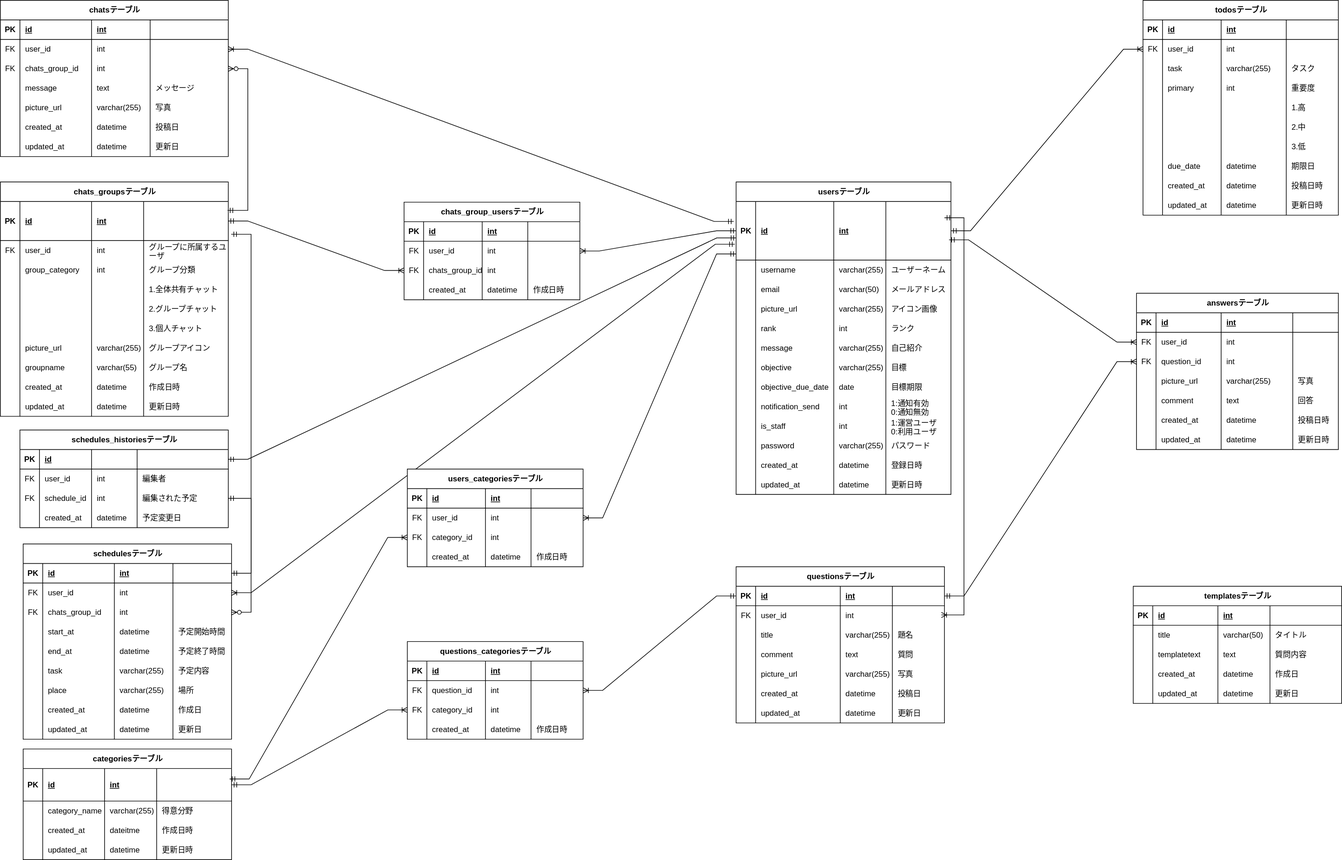
Above: start_challenge/static/generals/portfolio/ER図.drawio.svg in Yoshidak-ta/start_challenge (draw.io), before the change. Source tidied: cells renumbered, new cells last; positions are measured from the earlier drawing's top-left corner, leaving out a move shared by most shapes.
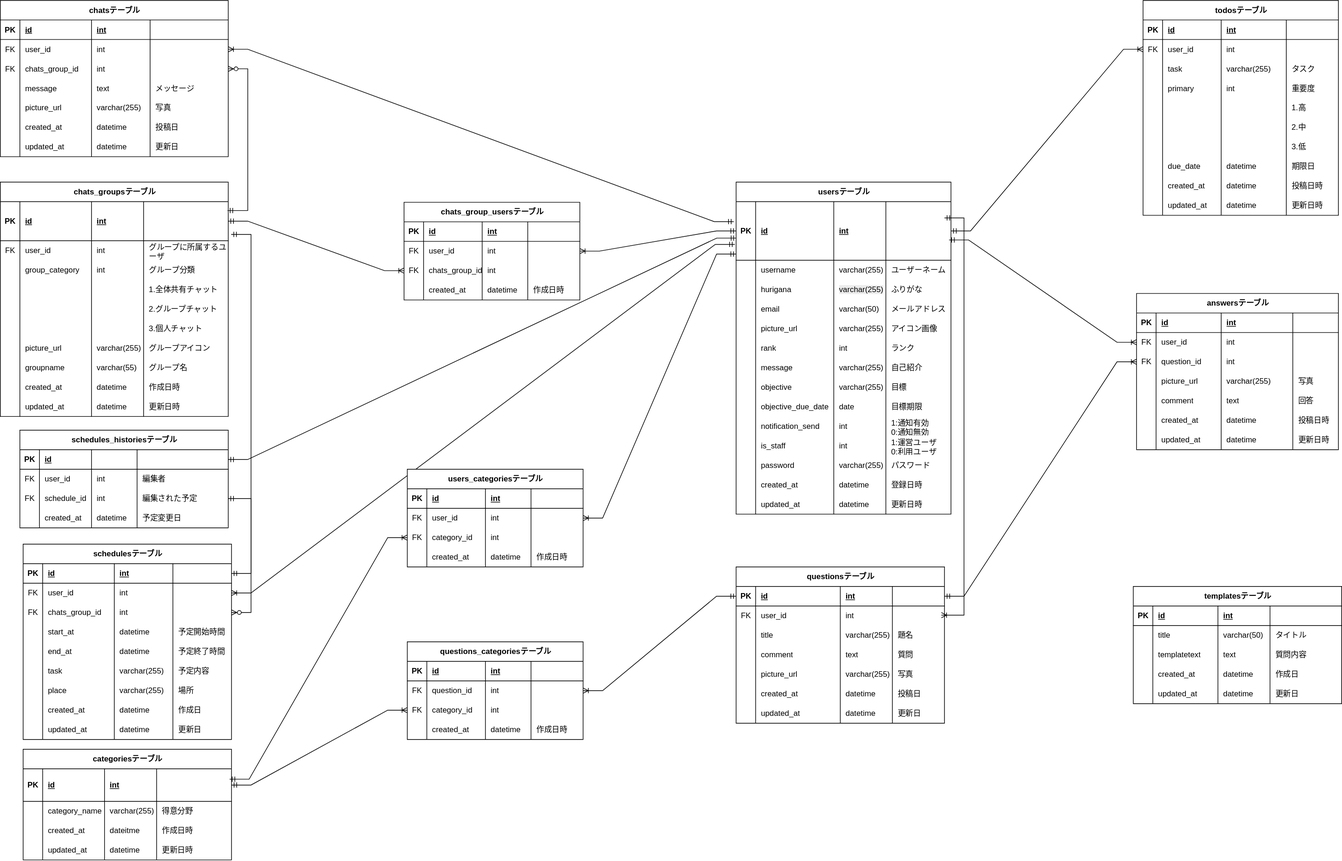
Above is the later version.

The edit, as a diff of the source:
```diff
@@ -3,7 +3,7 @@
     <mxCell id="0" />
     <mxCell id="1" parent="0" />
     <mxCell id="2" value="usersテーブル" style="shape=table;startSize=30;rowLines=0;fontStyle=1;align=center;html=1;verticalAlign=middle;" parent="1" vertex="1">
-      <mxGeometry x="1130" y="279" width="330" height="480" as="geometry" />
+      <mxGeometry x="1130" y="279" width="330" height="510" as="geometry" />
     </mxCell>
     <mxCell id="3" style="shape=tableRow;horizontal=0;startSize=0;swimlaneHead=0;swimlaneBody=0;fillColor=none;points=[[0,0.5],[1,0.5]];portConstraint=eastwest;top=0;left=0;right=0;bottom=1;" parent="2" vertex="1">
       <mxGeometry y="30" width="330" height="90" as="geometry" />
@@ -35,8 +35,23 @@
     <mxCell id="12" value="ユーザーネーム" style="shape=partialRectangle;fillColor=none;top=0;left=0;bottom=0;right=0;align=left;spacingLeft=6;overflow=hidden;whiteSpace=wrap;html=1;" parent="8" vertex="1">
       <mxGeometry x="230" width="100" height="30" as="geometry" />
     </mxCell>
+    <mxCell id="471" style="shape=tableRow;horizontal=0;startSize=0;swimlaneHead=0;swimlaneBody=0;fillColor=none;top=0;left=0;right=0;bottom=0;" parent="2" vertex="1">
+      <mxGeometry y="150" width="330" height="30" as="geometry" />
+    </mxCell>
+    <mxCell id="472" style="shape=partialRectangle;fillColor=none;top=0;left=0;bottom=0;right=0;overflow=hidden;whiteSpace=wrap;html=1;" parent="471" vertex="1">
+      <mxGeometry width="30" height="30" as="geometry" />
+    </mxCell>
+    <mxCell id="473" value="hurigana" style="shape=partialRectangle;fillColor=none;top=0;left=0;bottom=0;right=0;align=left;spacingLeft=6;overflow=hidden;whiteSpace=wrap;html=1;" parent="471" vertex="1">
+      <mxGeometry x="30" width="120" height="30" as="geometry" />
+    </mxCell>
+    <mxCell id="474" value="&lt;span style=&quot;color: rgb(0, 0, 0); font-family: Helvetica; font-size: 12px; font-style: normal; font-variant-ligatures: normal; font-variant-caps: normal; font-weight: 400; letter-spacing: normal; orphans: 2; text-align: left; text-indent: 0px; text-transform: none; widows: 2; word-spacing: 0px; -webkit-text-stroke-width: 0px; white-space: normal; background-color: rgb(236, 236, 236); text-decoration-thickness: initial; text-decoration-style: initial; text-decoration-color: initial; float: none; display: inline !important;&quot;&gt;varchar(255)&lt;/span&gt;" style="shape=partialRectangle;fillColor=none;top=0;left=0;bottom=0;right=0;align=left;spacingLeft=6;overflow=hidden;whiteSpace=wrap;html=1;" parent="471" vertex="1">
+      <mxGeometry x="150" width="80" height="30" as="geometry" />
+    </mxCell>
+    <mxCell id="475" value="ふりがな" style="shape=partialRectangle;fillColor=none;top=0;left=0;bottom=0;right=0;align=left;spacingLeft=6;overflow=hidden;whiteSpace=wrap;html=1;" parent="471" vertex="1">
+      <mxGeometry x="230" width="100" height="30" as="geometry" />
+    </mxCell>
     <mxCell id="13" style="shape=tableRow;horizontal=0;startSize=0;swimlaneHead=0;swimlaneBody=0;fillColor=none;top=0;left=0;right=0;bottom=0;" parent="2" vertex="1">
-      <mxGeometry y="150" width="330" height="30" as="geometry" />
+      <mxGeometry y="180" width="330" height="30" as="geometry" />
     </mxCell>
     <mxCell id="14" style="shape=partialRectangle;fillColor=none;top=0;left=0;bottom=0;right=0;overflow=hidden;whiteSpace=wrap;html=1;" parent="13" vertex="1">
       <mxGeometry width="30" height="30" as="geometry" />
@@ -51,7 +66,7 @@
       <mxGeometry x="230" width="100" height="30" as="geometry" />
     </mxCell>
     <mxCell id="18" style="shape=tableRow;horizontal=0;startSize=0;swimlaneHead=0;swimlaneBody=0;fillColor=none;top=0;left=0;right=0;bottom=0;" parent="2" vertex="1">
-      <mxGeometry y="180" width="330" height="30" as="geometry" />
+      <mxGeometry y="210" width="330" height="30" as="geometry" />
     </mxCell>
     <mxCell id="19" style="shape=partialRectangle;fillColor=none;top=0;left=0;bottom=0;right=0;overflow=hidden;whiteSpace=wrap;html=1;" parent="18" vertex="1">
       <mxGeometry width="30" height="30" as="geometry" />
@@ -66,7 +81,7 @@
       <mxGeometry x="230" width="100" height="30" as="geometry" />
     </mxCell>
     <mxCell id="23" style="shape=tableRow;horizontal=0;startSize=0;swimlaneHead=0;swimlaneBody=0;fillColor=none;top=0;left=0;right=0;bottom=0;" parent="2" vertex="1">
-      <mxGeometry y="210" width="330" height="30" as="geometry" />
+      <mxGeometry y="240" width="330" height="30" as="geometry" />
     </mxCell>
     <mxCell id="24" style="shape=partialRectangle;fillColor=none;top=0;left=0;bottom=0;right=0;overflow=hidden;whiteSpace=wrap;html=1;" parent="23" vertex="1">
       <mxGeometry width="30" height="30" as="geometry" />
@@ -81,7 +96,7 @@
       <mxGeometry x="230" width="100" height="30" as="geometry" />
     </mxCell>
     <mxCell id="28" style="shape=tableRow;horizontal=0;startSize=0;swimlaneHead=0;swimlaneBody=0;fillColor=none;top=0;left=0;right=0;bottom=0;" parent="2" vertex="1">
-      <mxGeometry y="240" width="330" height="30" as="geometry" />
+      <mxGeometry y="270" width="330" height="30" as="geometry" />
     </mxCell>
     <mxCell id="29" style="shape=partialRectangle;fillColor=none;top=0;left=0;bottom=0;right=0;overflow=hidden;whiteSpace=wrap;html=1;" parent="28" vertex="1">
       <mxGeometry width="30" height="30" as="geometry" />
@@ -96,7 +111,7 @@
       <mxGeometry x="230" width="100" height="30" as="geometry" />
     </mxCell>
     <mxCell id="33" style="shape=tableRow;horizontal=0;startSize=0;swimlaneHead=0;swimlaneBody=0;fillColor=none;top=0;left=0;right=0;bottom=0;" parent="2" vertex="1">
-      <mxGeometry y="270" width="330" height="30" as="geometry" />
+      <mxGeometry y="300" width="330" height="30" as="geometry" />
     </mxCell>
     <mxCell id="34" style="shape=partialRectangle;fillColor=none;top=0;left=0;bottom=0;right=0;overflow=hidden;whiteSpace=wrap;html=1;" parent="33" vertex="1">
       <mxGeometry width="30" height="30" as="geometry" />
@@ -111,7 +126,7 @@
       <mxGeometry x="230" width="100" height="30" as="geometry" />
     </mxCell>
     <mxCell id="38" style="shape=tableRow;horizontal=0;startSize=0;swimlaneHead=0;swimlaneBody=0;fillColor=none;top=0;left=0;right=0;bottom=0;" parent="2" vertex="1">
-      <mxGeometry y="300" width="330" height="30" as="geometry" />
+      <mxGeometry y="330" width="330" height="30" as="geometry" />
     </mxCell>
     <mxCell id="39" style="shape=partialRectangle;fillColor=none;top=0;left=0;bottom=0;right=0;overflow=hidden;whiteSpace=wrap;html=1;" parent="38" vertex="1">
       <mxGeometry width="30" height="30" as="geometry" />
@@ -126,7 +141,7 @@
       <mxGeometry x="230" width="100" height="30" as="geometry" />
     </mxCell>
     <mxCell id="43" style="shape=tableRow;horizontal=0;startSize=0;swimlaneHead=0;swimlaneBody=0;fillColor=none;top=0;left=0;right=0;bottom=0;" parent="2" vertex="1">
-      <mxGeometry y="330" width="330" height="30" as="geometry" />
+      <mxGeometry y="360" width="330" height="30" as="geometry" />
     </mxCell>
     <mxCell id="44" style="shape=partialRectangle;fillColor=none;top=0;left=0;bottom=0;right=0;overflow=hidden;whiteSpace=wrap;html=1;" parent="43" vertex="1">
       <mxGeometry width="30" height="30" as="geometry" />
@@ -141,7 +156,7 @@
       <mxGeometry x="230" width="100" height="30" as="geometry" />
     </mxCell>
     <mxCell id="48" style="shape=tableRow;horizontal=0;startSize=0;swimlaneHead=0;swimlaneBody=0;fillColor=none;top=0;left=0;right=0;bottom=0;" parent="2" vertex="1">
-      <mxGeometry y="360" width="330" height="30" as="geometry" />
+      <mxGeometry y="390" width="330" height="30" as="geometry" />
     </mxCell>
     <mxCell id="49" style="shape=partialRectangle;fillColor=none;top=0;left=0;bottom=0;right=0;overflow=hidden;whiteSpace=wrap;html=1;" parent="48" vertex="1">
       <mxGeometry width="30" height="30" as="geometry" />
@@ -156,7 +171,7 @@
       <mxGeometry x="230" width="100" height="30" as="geometry" />
     </mxCell>
     <mxCell id="53" style="shape=tableRow;horizontal=0;startSize=0;swimlaneHead=0;swimlaneBody=0;fillColor=none;top=0;left=0;right=0;bottom=0;" parent="2" vertex="1">
-      <mxGeometry y="390" width="330" height="30" as="geometry" />
+      <mxGeometry y="420" width="330" height="30" as="geometry" />
     </mxCell>
     <mxCell id="54" style="shape=partialRectangle;fillColor=none;top=0;left=0;bottom=0;right=0;overflow=hidden;whiteSpace=wrap;html=1;" parent="53" vertex="1">
       <mxGeometry width="30" height="30" as="geometry" />
@@ -171,7 +186,7 @@
       <mxGeometry x="230" width="100" height="30" as="geometry" />
     </mxCell>
     <mxCell id="58" style="shape=tableRow;horizontal=0;startSize=0;swimlaneHead=0;swimlaneBody=0;fillColor=none;top=0;left=0;right=0;bottom=0;" parent="2" vertex="1">
-      <mxGeometry y="420" width="330" height="30" as="geometry" />
+      <mxGeometry y="450" width="330" height="30" as="geometry" />
     </mxCell>
     <mxCell id="59" style="shape=partialRectangle;fillColor=none;top=0;left=0;bottom=0;right=0;overflow=hidden;whiteSpace=wrap;html=1;" parent="58" vertex="1">
       <mxGeometry width="30" height="30" as="geometry" />
@@ -186,7 +201,7 @@
       <mxGeometry x="230" width="100" height="30" as="geometry" />
     </mxCell>
     <mxCell id="63" style="shape=tableRow;horizontal=0;startSize=0;swimlaneHead=0;swimlaneBody=0;fillColor=none;top=0;left=0;right=0;bottom=0;" parent="2" vertex="1">
-      <mxGeometry y="450" width="330" height="30" as="geometry" />
+      <mxGeometry y="480" width="330" height="30" as="geometry" />
     </mxCell>
     <mxCell id="64" style="shape=partialRectangle;fillColor=none;top=0;left=0;bottom=0;right=0;overflow=hidden;whiteSpace=wrap;html=1;" parent="63" vertex="1">
       <mxGeometry width="30" height="30" as="geometry" />
```
